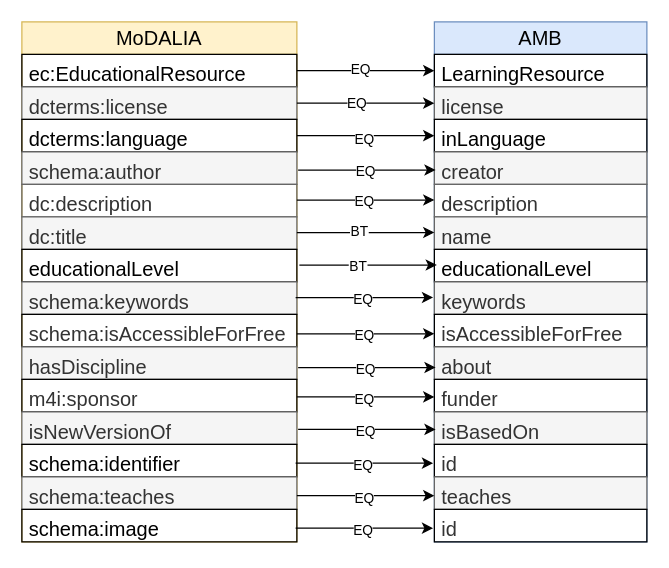
Before: visualisations/crosswalk2AMB.drawio in data-literacy-alliance/dalia-ontology, a draw.io diagram. Source tidied: cells renumbered, new cells numbered last; positions are measured from the earlier drawing's top-left corner, leaving out a move shared by most shapes. Both pictures are drawn from the tidied source at 125%, with x=0, y=0 at pixel (21, 21).
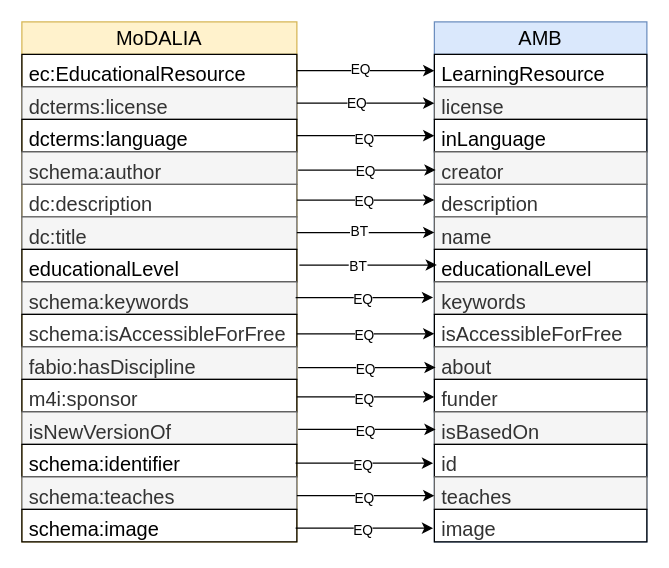
Above is the later version.

Unchanged cells that the change refers to:
```xml
<mxCell id="2" value="MoDALIA" style="swimlane;fontStyle=0;horizontal=1;startSize=26;fillColor=#fff2cc;whiteSpace=wrap;html=1;strokeColor=#d6b656;fontSize=16;" parent="1" vertex="1">
  <mxGeometry width="220" height="416" as="geometry" />
</mxCell>
<mxCell id="18" value="AMB" style="swimlane;fontStyle=0;horizontal=1;startSize=26;fillColor=#dae8fc;whiteSpace=wrap;html=1;strokeColor=#6c8ebf;fontSize=16;" parent="1" vertex="1">
  <mxGeometry x="330" width="170" height="416" as="geometry" />
</mxCell>
```

What changed in the source:
```diff
@@
-    <mxCell id="12" value="&lt;font color=&quot;#333333&quot;&gt;hasDiscipline&lt;/font&gt;" style="text;align=left;verticalAlign=top;spacingLeft=4;spacingRight=4;overflow=hidden;whiteSpace=wrap;html=1;fontSize=16;strokeColor=#666666;fillColor=#f5f5f5;fontColor=#333333;" parent="2" vertex="1">
+    <mxCell id="12" value="&lt;font color=&quot;#333333&quot;&gt;fabio:hasDiscipline&lt;/font&gt;" style="text;align=left;verticalAlign=top;spacingLeft=4;spacingRight=4;overflow=hidden;whiteSpace=wrap;html=1;fontSize=16;strokeColor=#666666;fillColor=#f5f5f5;fontColor=#333333;" parent="2" vertex="1">
       <mxGeometry y="260" width="220" height="26" as="geometry" />
     </mxCell>
@@
-    <mxCell id="33" value="&lt;font color=&quot;#333333&quot;&gt;id&lt;/font&gt;" style="text;align=left;verticalAlign=top;spacingLeft=4;spacingRight=4;overflow=hidden;whiteSpace=wrap;html=1;fontSize=16;strokeColor=default;" parent="18" vertex="1">
+    <mxCell id="33" value="&lt;font color=&quot;#333333&quot;&gt;image&lt;/font&gt;" style="text;align=left;verticalAlign=top;spacingLeft=4;spacingRight=4;overflow=hidden;whiteSpace=wrap;html=1;fontSize=16;strokeColor=default;" parent="18" vertex="1">
       <mxGeometry y="390" width="170" height="26" as="geometry" />
     </mxCell>
```
